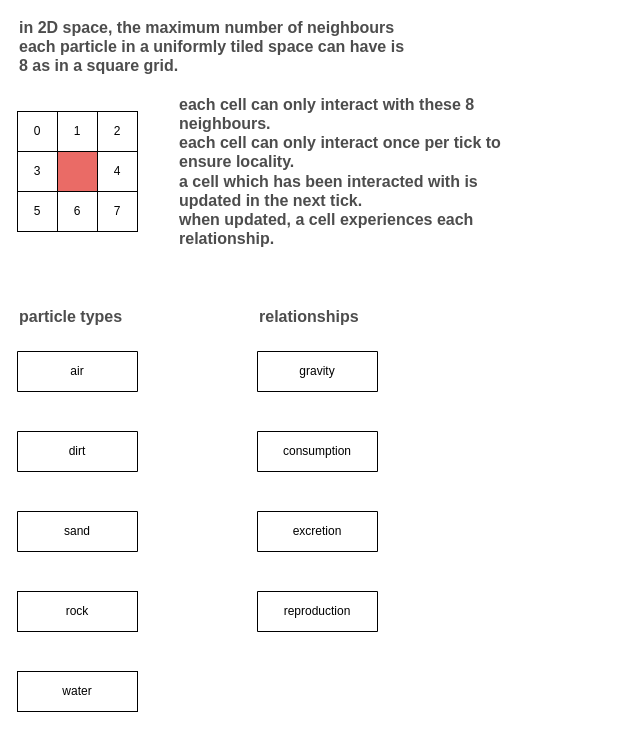
The draw.io diagram growingtree8.drawio in KasparSoltero/diagrams, before the edit. Source tidied: cells renumbered, new cells numbered last; positions are measured from the earlier drawing's top-left corner, leaving out a move shared by most shapes. Both pictures are drawn from the tidied source at 100%, with x=0, y=0 at pixel (17, 31).
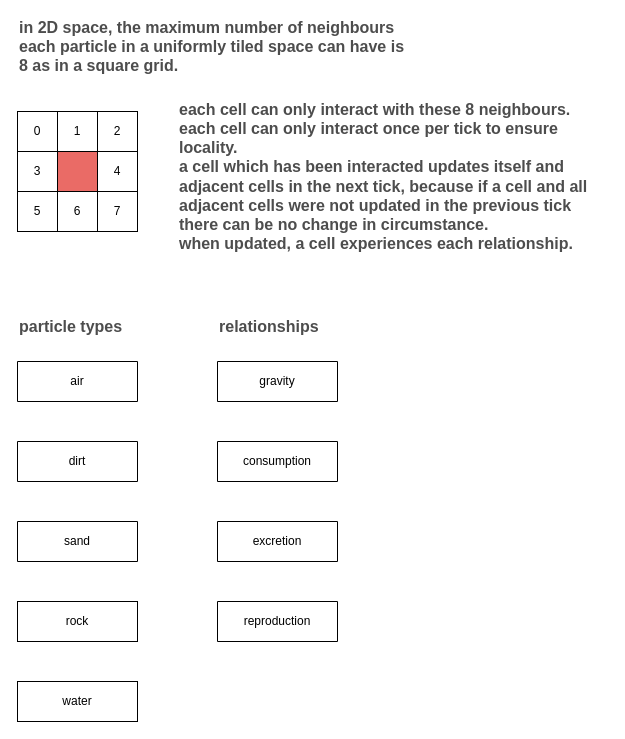
After the change.

What changed in the source:
```diff
@@
     <mxCell id="2" value="rock" style="rounded=0;whiteSpace=wrap;html=1;" parent="1" vertex="1">
-      <mxGeometry y="560" width="120" height="40" as="geometry" />
+      <mxGeometry y="570" width="120" height="40" as="geometry" />
     </mxCell>
     <mxCell id="3" value="water" style="rounded=0;whiteSpace=wrap;html=1;" parent="1" vertex="1">
-      <mxGeometry y="640" width="120" height="40" as="geometry" />
+      <mxGeometry y="650" width="120" height="40" as="geometry" />
     </mxCell>
     <mxCell id="4" value="particle types" style="text;html=1;strokeColor=none;fillColor=none;align=left;verticalAlign=middle;whiteSpace=wrap;rounded=0;fontSize=16;fontFamily=Helvetica;fontStyle=1;fontColor=#4D4D4D;" parent="1" vertex="1">
-      <mxGeometry y="270" width="120" height="30" as="geometry" />
+      <mxGeometry y="280" width="120" height="30" as="geometry" />
     </mxCell>
     <mxCell id="5" value="relationships" style="text;html=1;strokeColor=none;fillColor=none;align=left;verticalAlign=middle;whiteSpace=wrap;rounded=0;fontSize=16;fontFamily=Helvetica;fontStyle=1;fontColor=#4D4D4D;" parent="1" vertex="1">
-      <mxGeometry x="240" y="270" width="120" height="30" as="geometry" />
+      <mxGeometry x="200" y="280" width="120" height="30" as="geometry" />
     </mxCell>
@@
     <mxCell id="16" value="consumption" style="swimlane;fontStyle=0;horizontal=1;startSize=40;whiteSpace=wrap;html=1;rounded=0;" parent="1" vertex="1" collapsed="1">
-      <mxGeometry x="240" y="400" width="120" height="40" as="geometry" />
+      <mxGeometry x="200" y="410" width="120" height="40" as="geometry" />
     </mxCell>
     <mxCell id="17" value="excretion" style="swimlane;fontStyle=0;horizontal=1;startSize=40;whiteSpace=wrap;html=1;rounded=0;" parent="1" vertex="1" collapsed="1">
-      <mxGeometry x="240" y="480" width="120" height="40" as="geometry" />
+      <mxGeometry x="200" y="490" width="120" height="40" as="geometry" />
     </mxCell>
     <mxCell id="18" value="reproduction" style="swimlane;fontStyle=0;horizontal=1;startSize=40;whiteSpace=wrap;html=1;rounded=0;" parent="1" vertex="1" collapsed="1">
-      <mxGeometry x="240" y="560" width="120" height="40" as="geometry" />
+      <mxGeometry x="200" y="570" width="120" height="40" as="geometry" />
     </mxCell>
     <mxCell id="19" value="air" style="swimlane;fontStyle=0;horizontal=1;startSize=40;whiteSpace=wrap;html=1;rounded=0;" parent="1" vertex="1" collapsed="1">
-      <mxGeometry y="320" width="120" height="40" as="geometry" />
+      <mxGeometry y="330" width="120" height="40" as="geometry" />
     </mxCell>
     <mxCell id="20" value="gravity" style="swimlane;fontStyle=0;horizontal=1;startSize=40;whiteSpace=wrap;html=1;rounded=0;" parent="1" vertex="1" collapsed="1">
-      <mxGeometry x="240" y="320" width="120" height="40" as="geometry" />
+      <mxGeometry x="200" y="330" width="120" height="40" as="geometry" />
     </mxCell>
     <mxCell id="21" value="dirt" style="swimlane;fontStyle=0;horizontal=1;startSize=40;whiteSpace=wrap;html=1;rounded=0;" parent="1" vertex="1" collapsed="1">
-      <mxGeometry y="400" width="120" height="40" as="geometry" />
+      <mxGeometry y="410" width="120" height="40" as="geometry" />
     </mxCell>
     <mxCell id="22" value="sand" style="swimlane;fontStyle=0;horizontal=1;startSize=40;whiteSpace=wrap;html=1;rounded=0;" parent="1" vertex="1" collapsed="1">
-      <mxGeometry y="480" width="120" height="40" as="geometry" />
+      <mxGeometry y="490" width="120" height="40" as="geometry" />
     </mxCell>
-    <mxCell id="23" value="each cell can only interact with these 8 neighbours.&lt;br&gt;each cell can only interact once per tick to ensure locality.&lt;br&gt;a cell which has been interacted with is updated in the next tick.&lt;br&gt;when updated, a cell experiences each relationship." style="text;html=1;strokeColor=none;fillColor=none;align=left;verticalAlign=middle;whiteSpace=wrap;rounded=0;fontSize=16;fontFamily=Helvetica;fontStyle=1;fontColor=#4D4D4D;" parent="1" vertex="1">
-      <mxGeometry x="160" y="90" width="340" height="100" as="geometry" />
+    <mxCell id="23" value="each cell can only interact with these 8 neighbours.&lt;br&gt;each cell can only interact once per tick to ensure locality.&lt;br&gt;a cell which has been interacted updates itself and adjacent cells in the next tick, because if a cell and all adjacent cells were not updated in the previous tick there can be no change in circumstance.&lt;br&gt;when updated, a cell experiences each relationship." style="text;html=1;strokeColor=none;fillColor=none;align=left;verticalAlign=middle;whiteSpace=wrap;rounded=0;fontSize=16;fontFamily=Helvetica;fontStyle=1;fontColor=#4D4D4D;" parent="1" vertex="1">
+      <mxGeometry x="160" y="70" width="430" height="150" as="geometry" />
     </mxCell>
```
